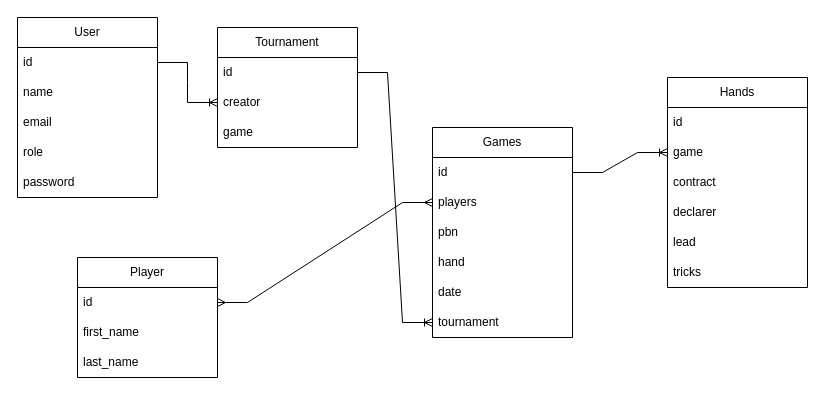
The draw.io diagram server/docs/bridge_games.drawio in MaxxZahar/BridgeGames, before the edit. Source tidied: cells renumbered, new cells numbered last; positions are measured from the earlier drawing's top-left corner, leaving out a move shared by most shapes. Both pictures are drawn from the tidied source at 100%, with x=0, y=0 at pixel (17, 17).
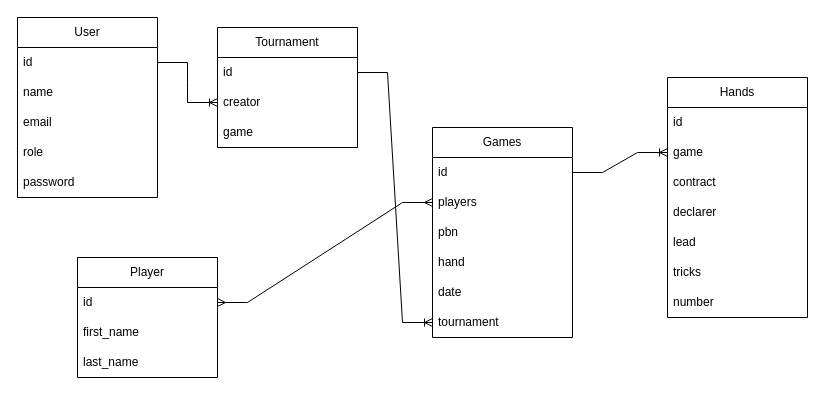
After the change.

Commit message (it also covers changes not shown here):
models upgrade

What changed in the source:
```diff
@@
     <mxCell id="15" value="Hands" style="swimlane;fontStyle=0;horizontal=1;startSize=30;whiteSpace=wrap;html=1;" parent="1" vertex="1">
-      <mxGeometry x="650" y="60" width="140" height="210" as="geometry" />
+      <mxGeometry x="650" y="60" width="140" height="240" as="geometry" />
     </mxCell>
@@
+    <mxCell id="34" value="number" style="text;strokeColor=none;fillColor=none;align=left;verticalAlign=middle;spacingLeft=4;spacingRight=4;overflow=hidden;whiteSpace=wrap;html=1;" parent="15" vertex="1">
+      <mxGeometry y="210" width="140" height="30" as="geometry" />
+    </mxCell>
```
